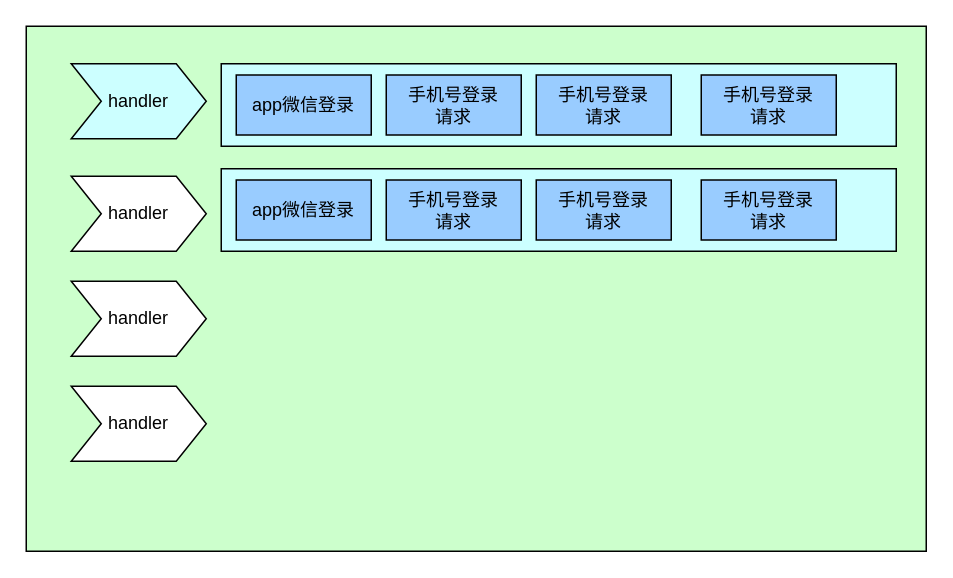
This is 登录服务重构.drawio from xiell2016/hetaoDesign, a draw.io file, before an edit. Source tidied: cells renumbered, new cells numbered last; positions are measured from the earlier drawing's top-left corner, leaving out a move shared by most shapes. Both pictures are drawn from the tidied source at 150%, with x=0, y=0 at pixel (26, 26).
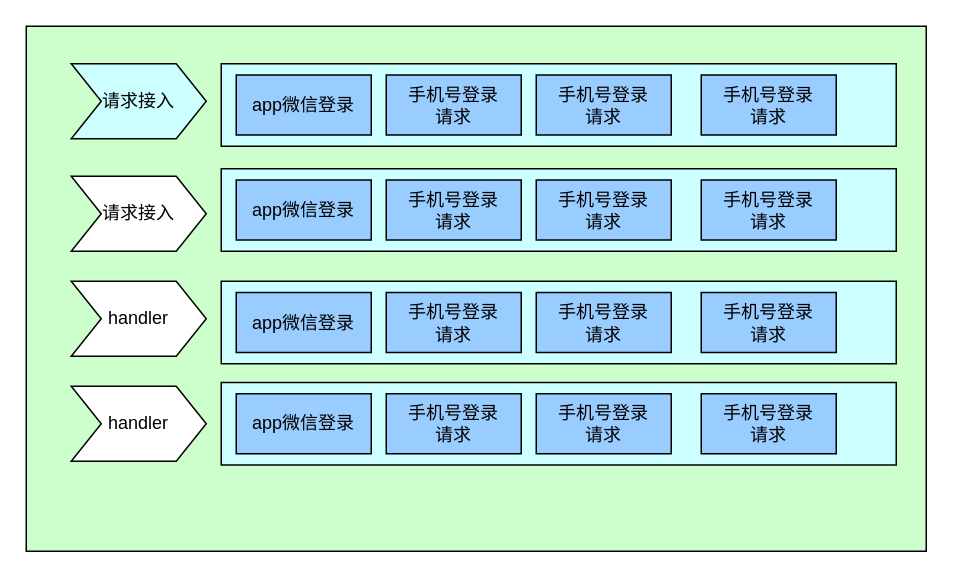
The same page after the edit.

Commit message:
更新登录服务重构.drawio

Change to the diagram source:
```diff
@@
-    <mxCell id="3" value="handler" style="shape=step;perimeter=stepPerimeter;whiteSpace=wrap;html=1;fixedSize=1;fillColor=#CCFFFF;" parent="1" vertex="1">
+    <mxCell id="3" value="请求接入" style="shape=step;perimeter=stepPerimeter;whiteSpace=wrap;html=1;fixedSize=1;fillColor=#CCFFFF;" parent="1" vertex="1">
       <mxGeometry x="30" y="25" width="90" height="50" as="geometry" />
     </mxCell>
-    <mxCell id="4" value="handler" style="shape=step;perimeter=stepPerimeter;whiteSpace=wrap;html=1;fixedSize=1;" parent="1" vertex="1">
+    <mxCell id="4" value="请求接入" style="shape=step;perimeter=stepPerimeter;whiteSpace=wrap;html=1;fixedSize=1;" parent="1" vertex="1">
       <mxGeometry x="30" y="100" width="90" height="50" as="geometry" />
     </mxCell>
@@
+    <mxCell id="17" style="whiteSpace=wrap;html=1;fillColor=#CCFFFF;" parent="1" vertex="1">
+      <mxGeometry x="130" y="170" width="450" height="55" as="geometry" />
+    </mxCell>
+    <mxCell id="18" value="app微信登录" style="whiteSpace=wrap;html=1;fillColor=#99CCFF;" parent="1" vertex="1">
+      <mxGeometry x="140" y="177.5" width="90" height="40" as="geometry" />
+    </mxCell>
+    <mxCell id="19" value="&lt;div class=&quot;mind-clipboard&quot;&gt;手机号登录&lt;div&gt;请求&lt;/div&gt;&lt;/div&gt;" style="whiteSpace=wrap;html=1;fillColor=#99CCFF;" parent="1" vertex="1">
+      <mxGeometry x="240" y="177.5" width="90" height="40" as="geometry" />
+    </mxCell>
+    <mxCell id="20" value="&lt;div class=&quot;mind-clipboard&quot;&gt;手机号登录&lt;div&gt;请求&lt;/div&gt;&lt;/div&gt;" style="whiteSpace=wrap;html=1;fillColor=#99CCFF;" parent="1" vertex="1">
+      <mxGeometry x="340" y="177.5" width="90" height="40" as="geometry" />
+    </mxCell>
+    <mxCell id="21" value="&lt;div class=&quot;mind-clipboard&quot;&gt;手机号登录&lt;div&gt;请求&lt;/div&gt;&lt;/div&gt;" style="whiteSpace=wrap;html=1;fillColor=#99CCFF;" parent="1" vertex="1">
+      <mxGeometry x="450" y="177.5" width="90" height="40" as="geometry" />
+    </mxCell>
+    <mxCell id="22" style="whiteSpace=wrap;html=1;fillColor=#CCFFFF;" parent="1" vertex="1">
+      <mxGeometry x="130" y="237.5" width="450" height="55" as="geometry" />
+    </mxCell>
+    <mxCell id="23" value="app微信登录" style="whiteSpace=wrap;html=1;fillColor=#99CCFF;" parent="1" vertex="1">
+      <mxGeometry x="140" y="245" width="90" height="40" as="geometry" />
+    </mxCell>
+    <mxCell id="24" value="&lt;div class=&quot;mind-clipboard&quot;&gt;手机号登录&lt;div&gt;请求&lt;/div&gt;&lt;/div&gt;" style="whiteSpace=wrap;html=1;fillColor=#99CCFF;" parent="1" vertex="1">
+      <mxGeometry x="240" y="245" width="90" height="40" as="geometry" />
+    </mxCell>
+    <mxCell id="25" value="&lt;div class=&quot;mind-clipboard&quot;&gt;手机号登录&lt;div&gt;请求&lt;/div&gt;&lt;/div&gt;" style="whiteSpace=wrap;html=1;fillColor=#99CCFF;" parent="1" vertex="1">
+      <mxGeometry x="340" y="245" width="90" height="40" as="geometry" />
+    </mxCell>
+    <mxCell id="26" value="&lt;div class=&quot;mind-clipboard&quot;&gt;手机号登录&lt;div&gt;请求&lt;/div&gt;&lt;/div&gt;" style="whiteSpace=wrap;html=1;fillColor=#99CCFF;" parent="1" vertex="1">
+      <mxGeometry x="450" y="245" width="90" height="40" as="geometry" />
+    </mxCell>
```
